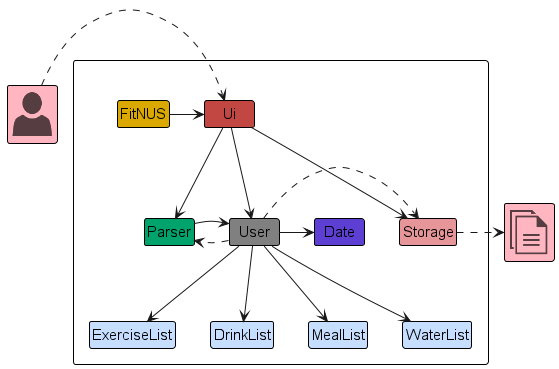
Before: docs/diagrams/diagrams_png/ArchitectureDiagram.png, a diagram exported from PlantUML (jasonlienardi/tp).
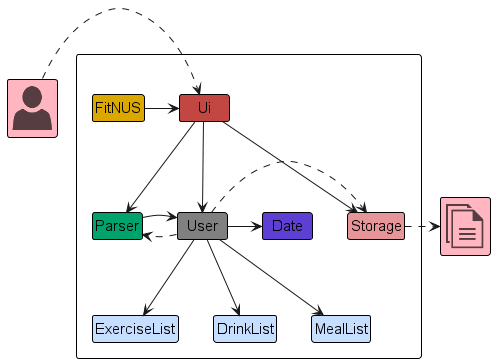
Above is the later version.

Change to the diagram source:
```diff
@@ -17,7 +17,6 @@
     Class ExerciseList LIST_COLOR
     Class DrinkList LIST_COLOR
     Class MealList LIST_COLOR
-    Class WaterList LIST_COLOR
 }
 
 Class "<$user>" as Icon PERSON_COLOR
@@ -36,7 +35,6 @@
 User --> ExerciseList
 User --> MealList
 User --> DrinkList
-User --> WaterList
 
 Parser -> User
 Storage .> File
```
